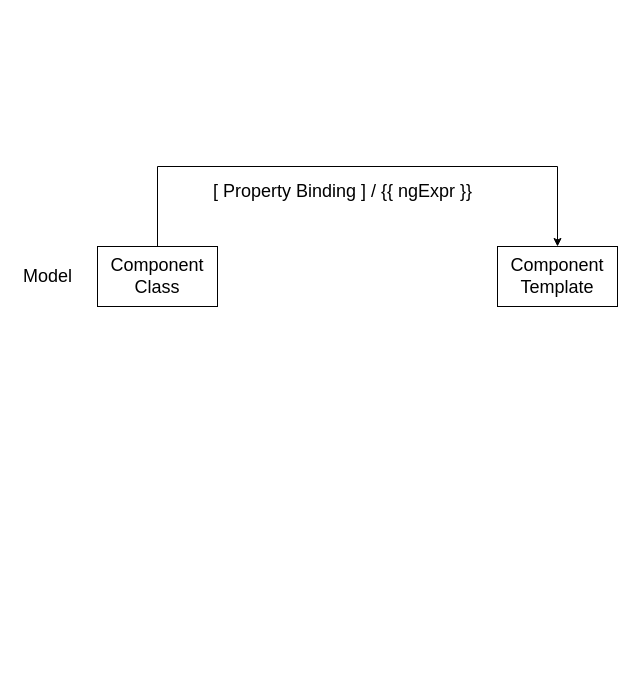
Above: page "Page-4" (4 of 5) of diagrams.drawio in synergy2411/incedo-nov21-b1 (draw.io), before the change. Source tidied: cells renumbered, new cells numbered last; positions are measured from the earlier drawing's top-left corner, leaving out a move shared by most shapes. Both pictures are drawn from the tidied source at 100%, with x=0, y=0 at pixel (17, 166).
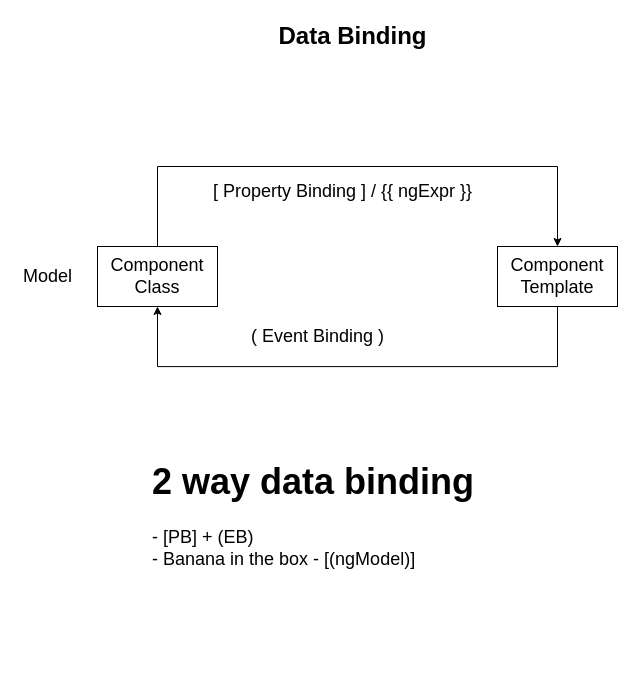
The same diagram, later.

The edit, as a diff of the source:
```diff
@@
 <mxGraphModel>
   <root>
     <mxCell id="0" />
     <mxCell id="1" parent="0" />
     <mxCell id="2" style="edgeStyle=orthogonalEdgeStyle;rounded=0;jettySize=auto;html=1;exitX=0.5;exitY=0;exitDx=0;exitDy=0;entryX=0.5;entryY=0;entryDx=0;entryDy=0;fontSize=18;" parent="1" edge="1" source="3" target="4">
       <mxGeometry relative="1" as="geometry">
         <Array as="points">
           <mxPoint x="140" />
           <mxPoint x="540" />
         </Array>
       </mxGeometry>
     </mxCell>
     <mxCell id="3" value="Component Class" style="rounded=0;whiteSpace=wrap;html=1;fontSize=18;" parent="1" vertex="1">
       <mxGeometry x="80" y="80" width="120" height="60" as="geometry" />
     </mxCell>
+    <mxCell id="7" style="edgeStyle=orthogonalEdgeStyle;rounded=0;jettySize=auto;html=1;exitX=0.5;exitY=1;exitDx=0;exitDy=0;entryX=0.5;entryY=1;entryDx=0;entryDy=0;fontSize=18;" parent="1" edge="1" source="4" target="3">
+      <mxGeometry relative="1" as="geometry">
+        <Array as="points">
+          <mxPoint x="540" y="200.1" />
+          <mxPoint x="140" y="200.1" />
+        </Array>
+      </mxGeometry>
+    </mxCell>
     <mxCell id="4" value="Component Template" style="rounded=0;whiteSpace=wrap;html=1;fontSize=18;" parent="1" vertex="1">
       <mxGeometry x="480" y="80" width="120" height="60" as="geometry" />
     </mxCell>
     <mxCell id="5" value="Model" style="text;html=1;align=center;verticalAlign=middle;strokeColor=none;fillColor=none;fontSize=18;" parent="1" vertex="1">
       <mxGeometry y="95" width="60" height="30" as="geometry" />
     </mxCell>
     <mxCell id="6" value="[ Property Binding ] / {{ ngExpr }}" style="text;html=1;align=center;verticalAlign=middle;strokeColor=none;fillColor=none;fontSize=18;" parent="1" vertex="1">
       <mxGeometry x="190" y="10" width="270" height="30" as="geometry" />
     </mxCell>
+    <mxCell id="8" value="Data Binding" style="text;strokeColor=none;fillColor=none;html=1;fontSize=24;fontStyle=1;verticalAlign=middle;align=center;" parent="1" vertex="1">
+      <mxGeometry x="285" y="-149.9" width="100" height="40" as="geometry" />
+    </mxCell>
+    <mxCell id="9" value="( Event Binding )" style="text;html=1;align=center;verticalAlign=middle;strokeColor=none;fillColor=none;fontSize=18;" parent="1" vertex="1">
+      <mxGeometry x="225" y="155.1" width="150" height="30" as="geometry" />
+    </mxCell>
+    <mxCell id="10" value="&lt;h1&gt;2 way data binding&lt;/h1&gt;&lt;div&gt;- [PB] + (EB)&lt;/div&gt;&lt;div&gt;- Banana in the box - [(ngModel)]&lt;/div&gt;" style="text;html=1;strokeColor=none;fillColor=none;spacing=5;spacingTop=-20;whiteSpace=wrap;overflow=hidden;rounded=0;fontSize=18;" parent="1" vertex="1">
+      <mxGeometry x="130" y="280.1" width="470" height="220" as="geometry" />
+    </mxCell>
   </root>
 </mxGraphModel>
```
